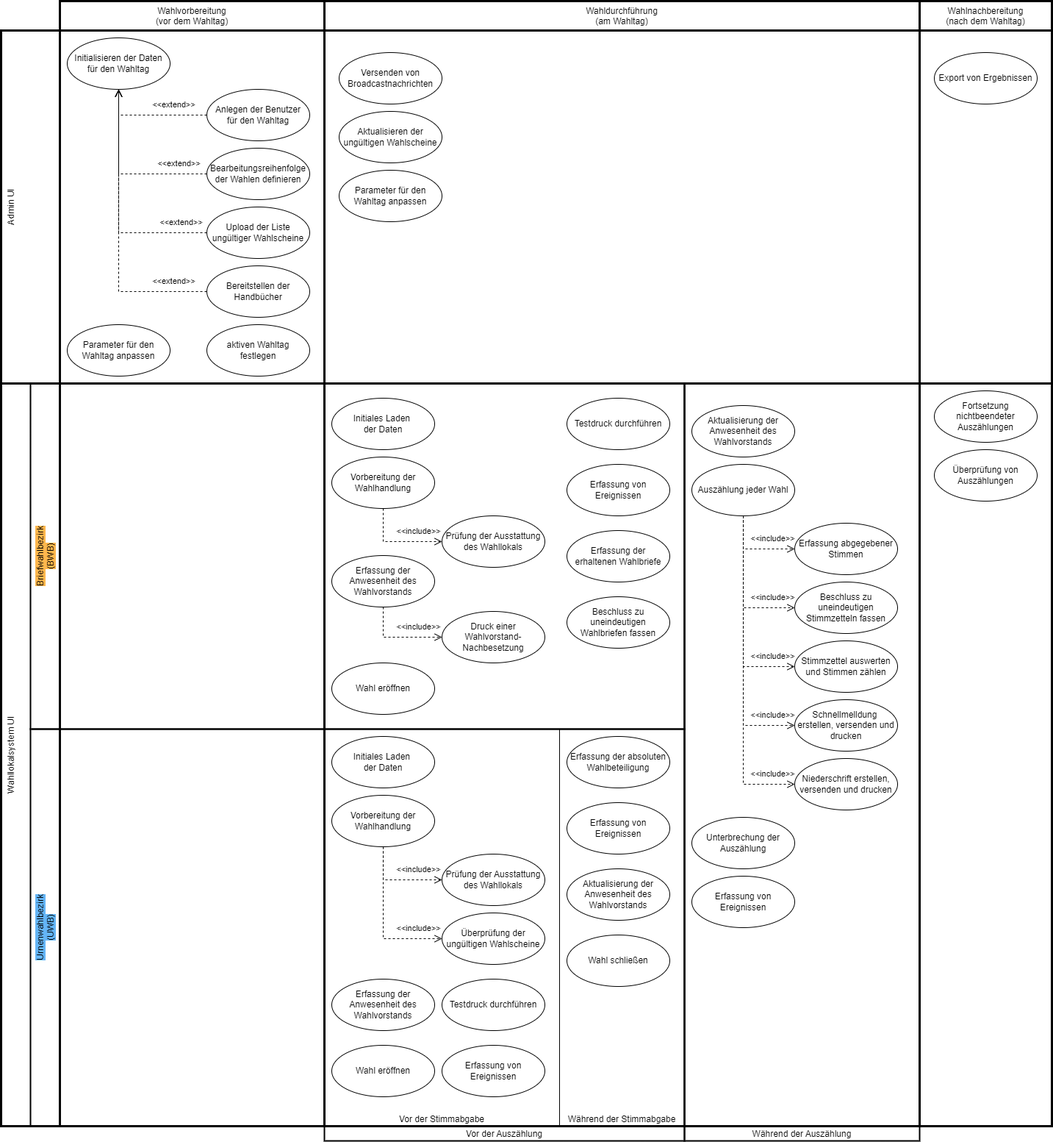
Earlier version of the draw.io export docs/src/public/relationshipOfUIsToElectionProcess.drawio.png (it-at-m/Wahllokalsystem). Source tidied: cells renumbered, new cells last; positions are measured from the earlier drawing's top-left corner, leaving out a move shared by most shapes.
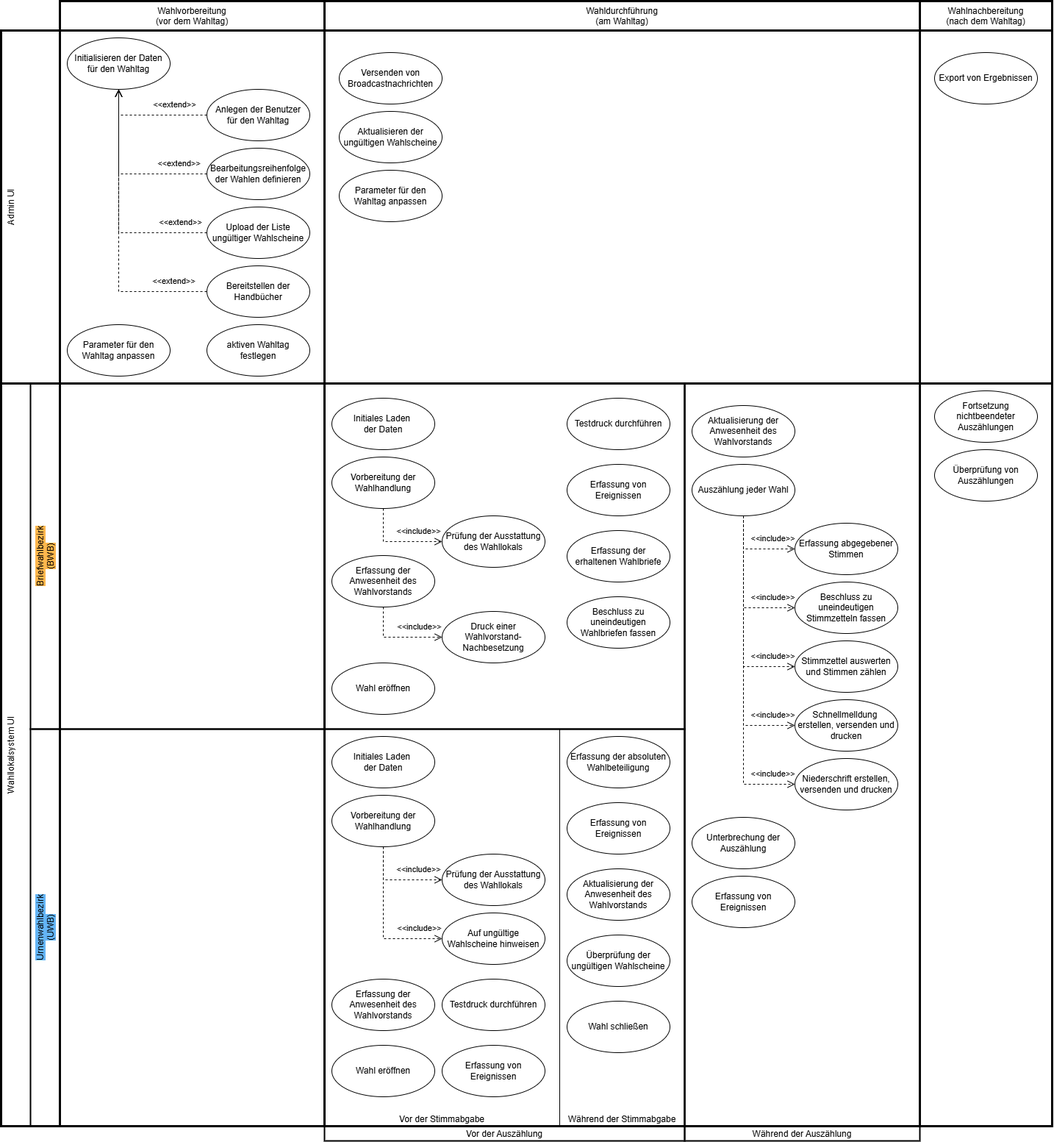
The same diagram one commit later.

Commit message:
#1513 nitpick: fix duplicated usecase title

What changed in the source:
```diff
@@ -194,7 +194,7 @@
     <mxCell id="53" value="Prüfung der Ausstattung&lt;br&gt;des Wahllokals" style="ellipse;whiteSpace=wrap;html=1;" parent="50" vertex="1">
       <mxGeometry x="150" y="160" width="140" height="70" as="geometry" />
     </mxCell>
-    <mxCell id="54" value="Überprüfung der ungültigen Wahlscheine" style="ellipse;whiteSpace=wrap;html=1;" parent="50" vertex="1">
+    <mxCell id="54" value="Auf ungültige Wahlscheine hinweisen" style="ellipse;whiteSpace=wrap;html=1;" parent="50" vertex="1">
       <mxGeometry x="150" y="240" width="140" height="70" as="geometry" />
     </mxCell>
     <mxCell id="55" value="Erfassung der Anwesenheit des Wahlvorstands" style="ellipse;whiteSpace=wrap;html=1;" parent="50" vertex="1">
@@ -271,8 +271,11 @@
     <mxCell id="73" value="Initiales Laden&amp;nbsp;&lt;div&gt;der Daten&lt;/div&gt;" style="ellipse;whiteSpace=wrap;html=1;" parent="61" vertex="1">
       <mxGeometry width="140" height="70" as="geometry" />
     </mxCell>
-    <mxCell id="74" value="Wahl schließen" style="ellipse;whiteSpace=wrap;html=1;" parent="1" vertex="1">
+    <mxCell id="74" value="Überprüfung der ungültigen Wahlscheine" style="ellipse;whiteSpace=wrap;html=1;" parent="1" vertex="1">
       <mxGeometry x="770" y="1270" width="140" height="70" as="geometry" />
     </mxCell>
+    <mxCell id="75" value="Wahl schließen" style="ellipse;whiteSpace=wrap;html=1;" parent="1" vertex="1">
+      <mxGeometry x="770" y="1360" width="140" height="70" as="geometry" />
+    </mxCell>
   </root>
 </mxGraphModel>
```
